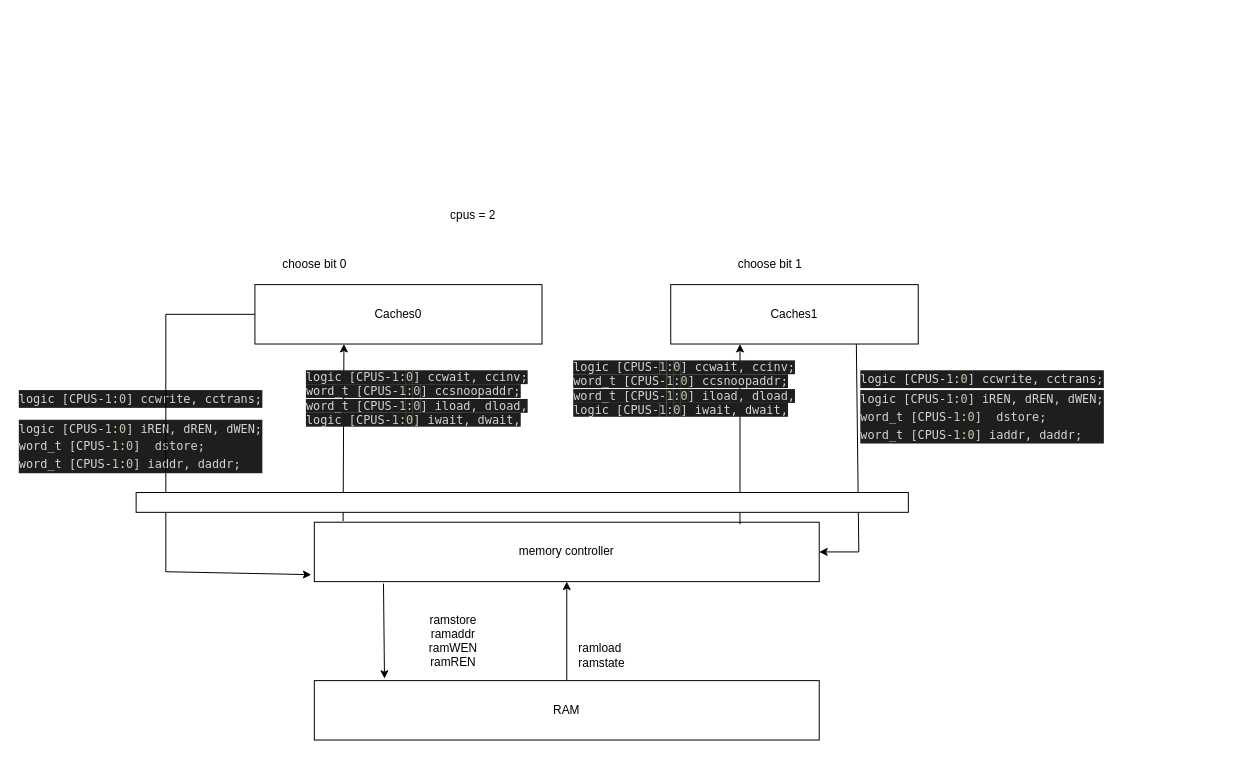
Above: page "Page-4" (4 of 5) of caches.drawio in vickyfyq/ece437 (draw.io), before the change. Source tidied: cells renumbered, new cells numbered last; positions are measured from the earlier drawing's top-left corner, leaving out a move shared by most shapes. Both pictures are drawn from the tidied source at 99%, with x=0, y=0 at pixel (17, 205).
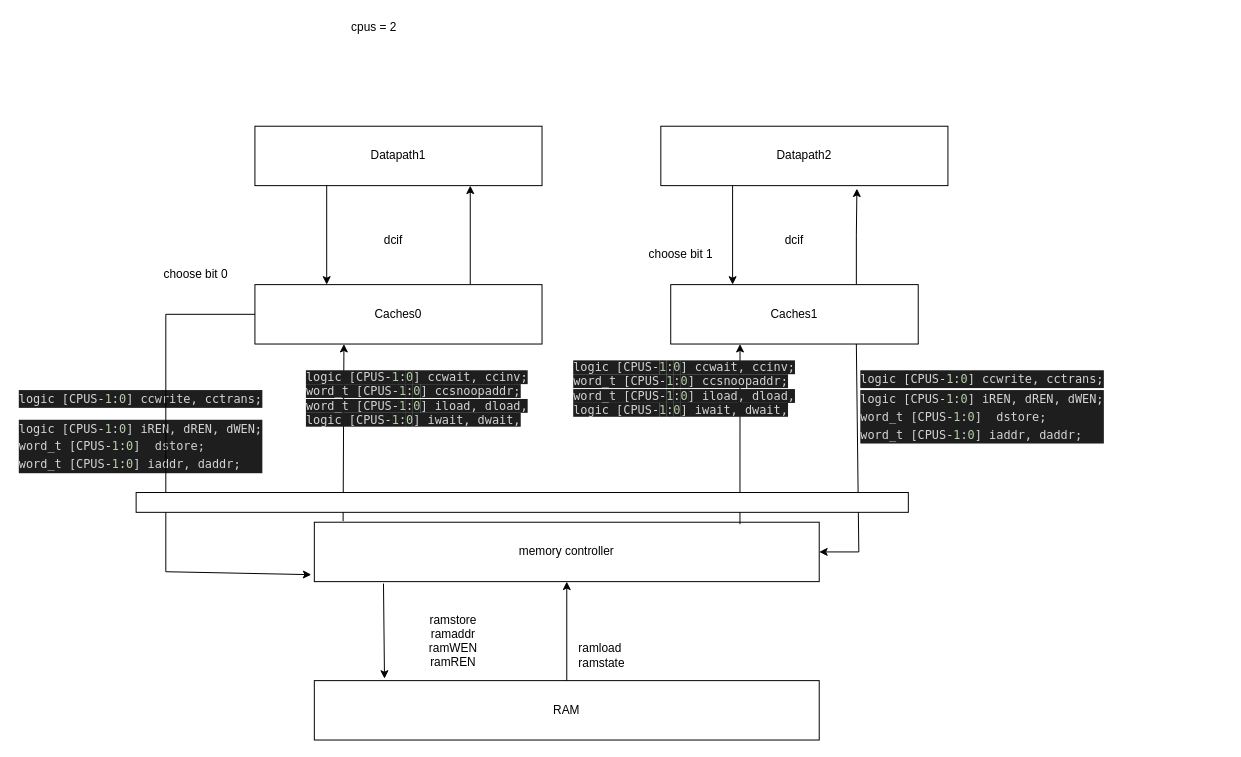
The same page after the edit.

Unchanged cells that the change refers to:
```xml
<mxCell id="8" value="Caches0" style="whiteSpace=wrap;html=1;" parent="1" vertex="1">
  <mxGeometry x="240" y="80" width="290" height="60" as="geometry" />
</mxCell>
<mxCell id="9" value="Caches1" style="whiteSpace=wrap;html=1;" parent="1" vertex="1">
  <mxGeometry x="660" y="80" width="250" height="60" as="geometry" />
</mxCell>
```

Diff of the diagram source:
```diff
@@
+    <mxCell id="24" style="edgeStyle=orthogonalEdgeStyle;rounded=0;jettySize=auto;html=1;exitX=0.75;exitY=0;exitDx=0;exitDy=0;entryX=0.75;entryY=1;entryDx=0;entryDy=0;" parent="1" edge="1" source="8" target="27">
+      <mxGeometry relative="1" as="geometry" />
+    </mxCell>
@@
+    <mxCell id="25" style="edgeStyle=orthogonalEdgeStyle;rounded=0;jettySize=auto;html=1;exitX=0.75;exitY=0;exitDx=0;exitDy=0;entryX=0.683;entryY=1.05;entryDx=0;entryDy=0;entryPerimeter=0;" parent="1" edge="1" source="9" target="29">
+      <mxGeometry relative="1" as="geometry" />
+    </mxCell>
@@
     <mxCell id="20" value="choose bit 0" style="text;html=1;align=center;verticalAlign=middle;strokeColor=none;fillColor=none;" parent="1" vertex="1">
-      <mxGeometry x="260" y="50" width="80" height="20" as="geometry" />
+      <mxGeometry x="140" y="60" width="80" height="20" as="geometry" />
     </mxCell>
     <mxCell id="21" value="choose bit 1" style="text;html=1;align=center;verticalAlign=middle;strokeColor=none;fillColor=none;" parent="1" vertex="1">
-      <mxGeometry x="720" y="50" width="80" height="20" as="geometry" />
+      <mxGeometry x="630" y="40" width="80" height="20" as="geometry" />
     </mxCell>
     <mxCell id="22" value="cpus = 2" style="text;html=1;align=center;verticalAlign=middle;strokeColor=none;fillColor=none;" parent="1" vertex="1">
-      <mxGeometry x="430" width="60" height="20" as="geometry" />
+      <mxGeometry x="330" y="-190" width="60" height="20" as="geometry" />
     </mxCell>
@@
+    <mxCell id="26" style="edgeStyle=orthogonalEdgeStyle;rounded=0;jettySize=auto;html=1;exitX=0.25;exitY=1;exitDx=0;exitDy=0;entryX=0.25;entryY=0;entryDx=0;entryDy=0;" parent="1" edge="1" source="27" target="8">
+      <mxGeometry relative="1" as="geometry" />
+    </mxCell>
+    <mxCell id="27" value="Datapath1" style="whiteSpace=wrap;html=1;" parent="1" vertex="1">
+      <mxGeometry x="240" y="-80" width="290" height="60" as="geometry" />
+    </mxCell>
+    <mxCell id="28" style="edgeStyle=orthogonalEdgeStyle;rounded=0;jettySize=auto;html=1;exitX=0.25;exitY=1;exitDx=0;exitDy=0;entryX=0.25;entryY=0;entryDx=0;entryDy=0;" parent="1" edge="1" source="29" target="9">
+      <mxGeometry relative="1" as="geometry" />
+    </mxCell>
+    <mxCell id="29" value="Datapath2" style="whiteSpace=wrap;html=1;" parent="1" vertex="1">
+      <mxGeometry x="650" y="-80" width="290" height="60" as="geometry" />
+    </mxCell>
+    <mxCell id="30" value="dcif" style="text;html=1;strokeColor=none;fillColor=none;align=center;verticalAlign=middle;whiteSpace=wrap;rounded=0;" parent="1" vertex="1">
+      <mxGeometry x="350" y="20" width="60" height="30" as="geometry" />
+    </mxCell>
+    <mxCell id="31" value="dcif" style="text;html=1;strokeColor=none;fillColor=none;align=center;verticalAlign=middle;whiteSpace=wrap;rounded=0;" parent="1" vertex="1">
+      <mxGeometry x="755" y="20" width="60" height="30" as="geometry" />
+    </mxCell>
```
